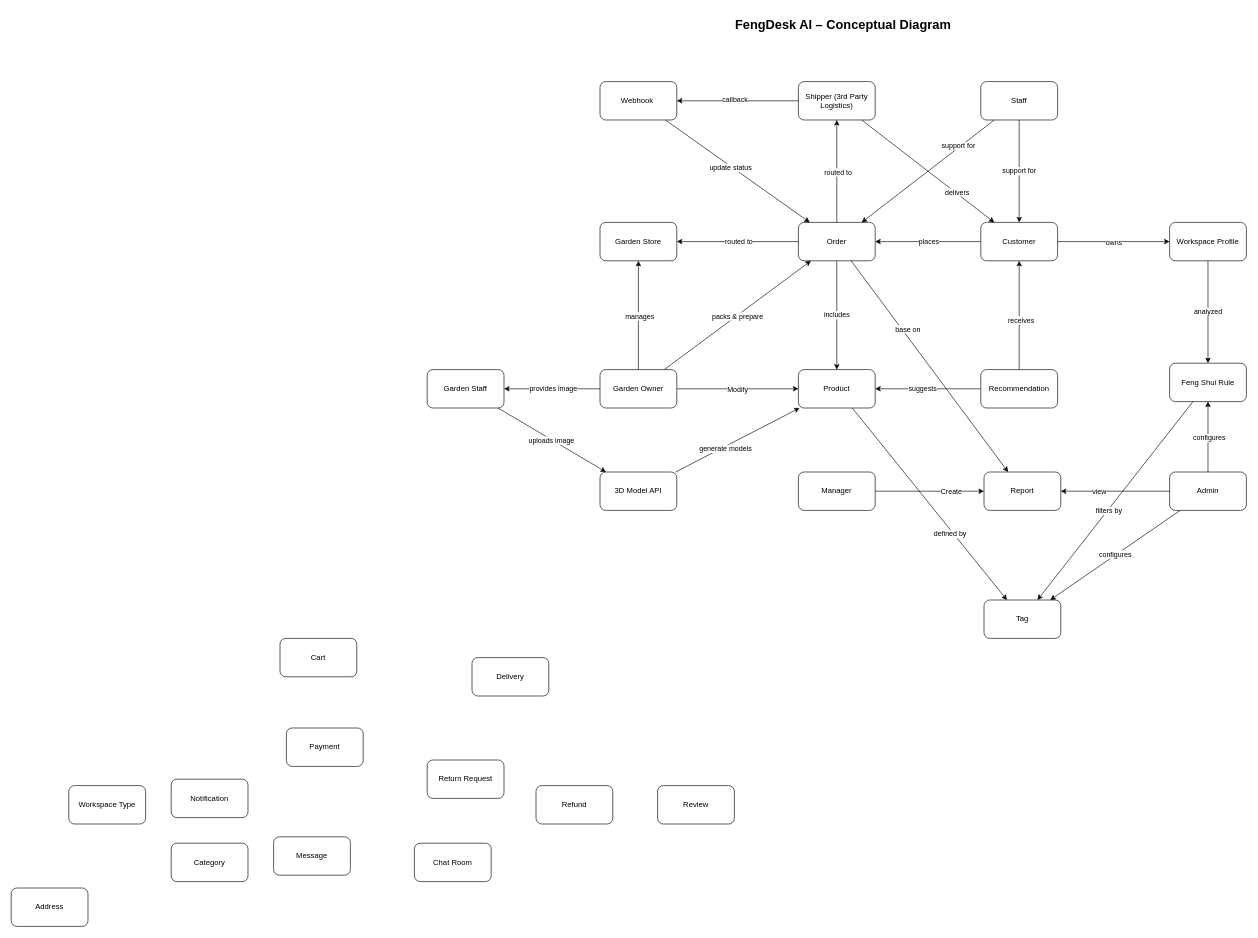
Before: page "Conceptual diagram" (3 of 6) of docs/erd/SEP490_FengDeskAI.drawio in Dungvmse184404/FengDeskAI, a draw.io diagram. Source tidied: cells renumbered, new cells numbered last; positions are measured from the earlier drawing's top-left corner, leaving out a move shared by most shapes. Both pictures are drawn from the tidied source at 64%, with x=0, y=0 at pixel (11, 11).
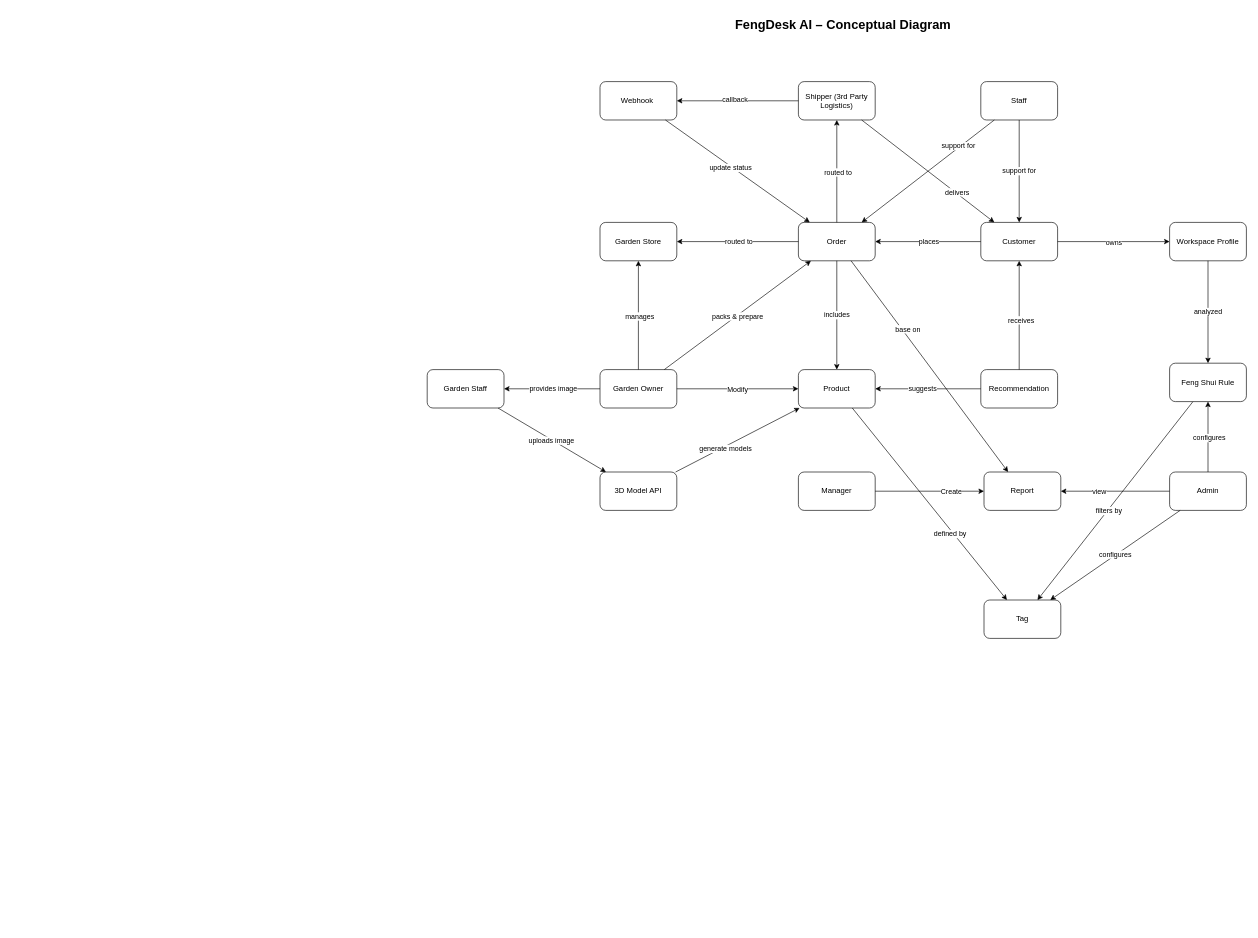
The same page after the edit.

The edit, as a diff of the source:
```diff
@@
-    <mxCell id="13" value="Feng Shui Rule" style="rounded=1;whiteSpace=wrap;html=1;" parent="1" vertex="1">
-      <mxGeometry x="1810" y="550" width="120" height="60" as="geometry" />
-    </mxCell>
@@
-    <mxCell id="72" value=" Cart " style="rounded=1;whiteSpace=wrap;html=1;" parent="1" vertex="1">
-      <mxGeometry x="420" y="980" width="120" height="60" as="geometry" />
-    </mxCell>
-    <mxCell id="73" value=" Delivery " style="rounded=1;whiteSpace=wrap;html=1;" parent="1" vertex="1">
-      <mxGeometry x="720" y="1010" width="120" height="60" as="geometry" />
-    </mxCell>
-    <mxCell id="74" value=" Payment " style="rounded=1;whiteSpace=wrap;html=1;" parent="1" vertex="1">
-      <mxGeometry x="430" y="1120" width="120" height="60" as="geometry" />
-    </mxCell>
-    <mxCell id="75" value=" Return Request " style="rounded=1;whiteSpace=wrap;html=1;" parent="1" vertex="1">
-      <mxGeometry x="650" y="1170" width="120" height="60" as="geometry" />
-    </mxCell>
-    <mxCell id="76" value=" Refund " style="rounded=1;whiteSpace=wrap;html=1;" parent="1" vertex="1">
-      <mxGeometry x="820" y="1210" width="120" height="60" as="geometry" />
-    </mxCell>
-    <mxCell id="77" value=" Review " style="rounded=1;whiteSpace=wrap;html=1;" parent="1" vertex="1">
-      <mxGeometry x="1010" y="1210" width="120" height="60" as="geometry" />
-    </mxCell>
-    <mxCell id="78" value=" Chat Room" style="rounded=1;whiteSpace=wrap;html=1;" parent="1" vertex="1">
-      <mxGeometry x="630" y="1300" width="120" height="60" as="geometry" />
-    </mxCell>
-    <mxCell id="79" value=" Message " style="rounded=1;whiteSpace=wrap;html=1;" parent="1" vertex="1">
-      <mxGeometry x="410" y="1290" width="120" height="60" as="geometry" />
-    </mxCell>
-    <mxCell id="80" value=" Category " style="rounded=1;whiteSpace=wrap;html=1;" parent="1" vertex="1">
-      <mxGeometry x="250" y="1300" width="120" height="60" as="geometry" />
-    </mxCell>
-    <mxCell id="81" value=" Notification " style="rounded=1;whiteSpace=wrap;html=1;" parent="1" vertex="1">
-      <mxGeometry x="250" y="1200" width="120" height="60" as="geometry" />
-    </mxCell>
-    <mxCell id="82" value=" Workspace Type " style="rounded=1;whiteSpace=wrap;html=1;" parent="1" vertex="1">
-      <mxGeometry x="90" y="1210" width="120" height="60" as="geometry" />
-    </mxCell>
-    <mxCell id="83" value=" Address " style="rounded=1;whiteSpace=wrap;html=1;" parent="1" vertex="1">
-      <mxGeometry y="1370" width="120" height="60" as="geometry" />
-    </mxCell>
+    <mxCell id="13" value="Feng Shui Rule" style="rounded=1;whiteSpace=wrap;html=1;" parent="1" vertex="1">
+      <mxGeometry x="1810" y="550" width="120" height="60" as="geometry" />
+    </mxCell>
```
